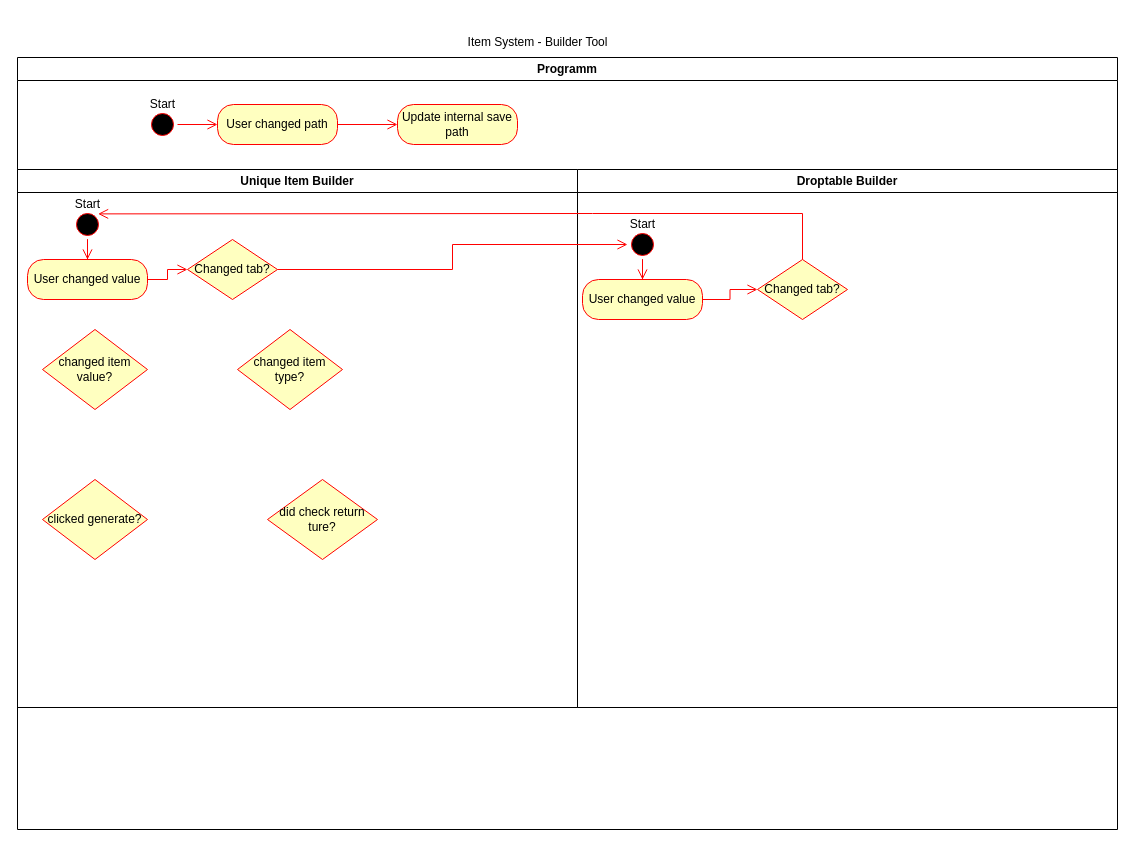
Above: EngineToolAblaufdiagramm.drawio in RDMJoker/LL_Semester2_Project (draw.io), before the change. Source tidied: cells renumbered, new cells numbered last; positions are measured from the earlier drawing's top-left corner, leaving out a move shared by most shapes. Both pictures are drawn from the tidied source at 100%, with x=0, y=0 at pixel (17, 27).
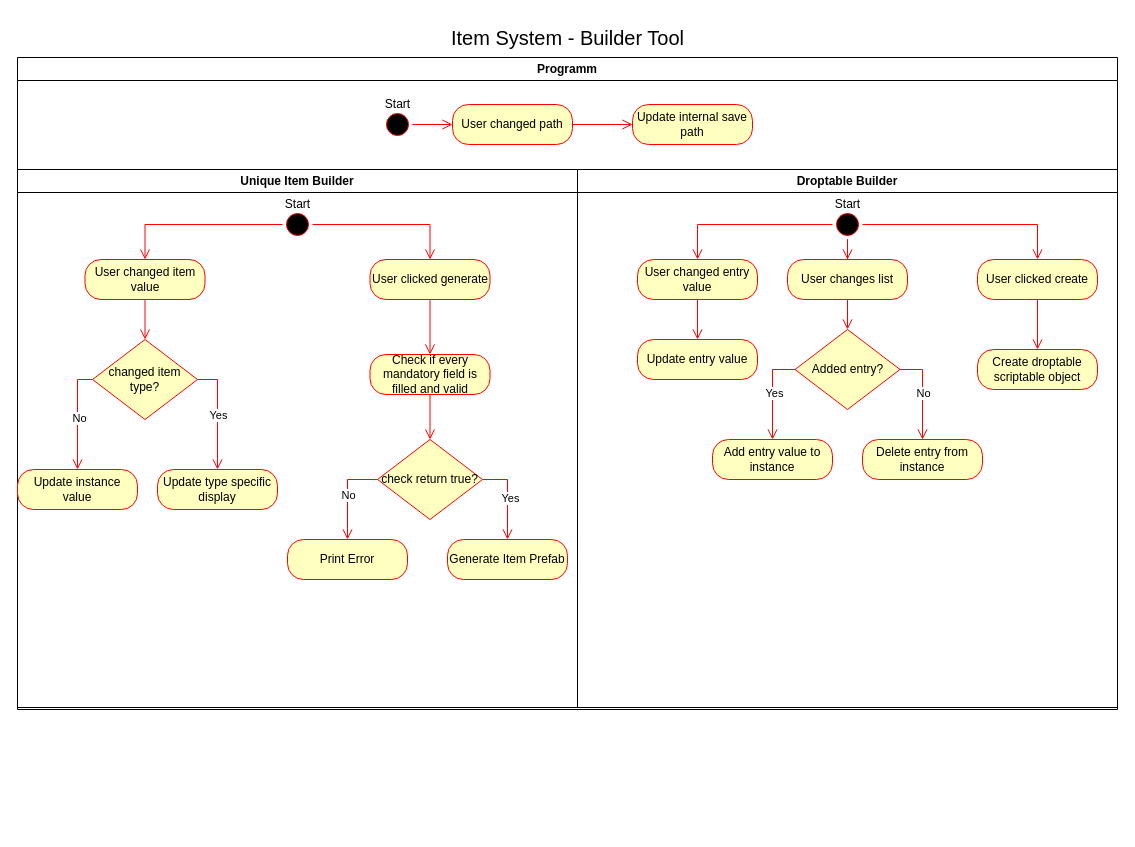
After the change.

The change refers to these unchanged cells:
```xml
<mxCell id="4" value="Unique Item Builder" style="swimlane;whiteSpace=wrap;html=1;" parent="3" vertex="1">
  <mxGeometry y="112" width="560" height="538" as="geometry" />
</mxCell>
<mxCell id="14" value="Droptable Builder" style="swimlane;whiteSpace=wrap;html=1;" parent="3" vertex="1">
  <mxGeometry x="560" y="112" width="540" height="538" as="geometry" />
</mxCell>
```

The edit, as a diff of the source:
```diff
@@
-    <mxCell id="2" value="Item System - Builder Tool" style="text;html=1;align=center;verticalAlign=middle;strokeColor=none;fillColor=none;" parent="1" vertex="1">
-      <mxGeometry x="440" width="160" height="30" as="geometry" />
+    <mxCell id="2" value="Item System - Builder Tool" style="text;html=1;align=center;verticalAlign=middle;strokeColor=none;fillColor=none;fontSize=20;" parent="1" vertex="1">
+      <mxGeometry x="420" y="-10" width="260" height="40" as="geometry" />
     </mxCell>
     <mxCell id="3" value="Programm" style="swimlane;whiteSpace=wrap;html=1;" parent="1" vertex="1">
-      <mxGeometry y="30" width="1100" height="772" as="geometry" />
+      <mxGeometry y="30" width="1100" height="652" as="geometry" />
     </mxCell>
@@
-    <mxCell id="5" style="edgeStyle=orthogonalEdgeStyle;rounded=0;jettySize=auto;html=1;strokeColor=#ff0000;align=left;verticalAlign=top;fontFamily=Helvetica;fontSize=11;fontColor=default;labelBackgroundColor=default;endArrow=open;endSize=8;" parent="4" edge="1" source="6" target="8">
-      <mxGeometry relative="1" as="geometry" />
-    </mxCell>
+    <mxCell id="27" style="edgeStyle=orthogonalEdgeStyle;rounded=0;jettySize=auto;html=1;strokeColor=#ff0000;align=left;verticalAlign=top;fontFamily=Helvetica;fontSize=11;fontColor=default;labelBackgroundColor=default;endArrow=open;endSize=8;" parent="4" edge="1" source="6" target="35">
+      <mxGeometry relative="1" as="geometry" />
+    </mxCell>
+    <mxCell id="28" style="edgeStyle=orthogonalEdgeStyle;rounded=0;jettySize=auto;html=1;entryX=0.5;entryY=0;entryDx=0;entryDy=0;strokeColor=#ff0000;align=left;verticalAlign=top;fontFamily=Helvetica;fontSize=11;fontColor=default;labelBackgroundColor=default;endArrow=open;endSize=8;" parent="4" edge="1" source="6" target="33">
+      <mxGeometry relative="1" as="geometry" />
+    </mxCell>
     <mxCell id="6" value="Start" style="ellipse;html=1;shape=startState;fillColor=#000000;strokeColor=#ff0000;spacingTop=-40;" parent="4" vertex="1">
-      <mxGeometry x="55" y="40" width="30" height="30" as="geometry" />
+      <mxGeometry x="265" y="40" width="30" height="30" as="geometry" />
     </mxCell>
-    <mxCell id="7" style="edgeStyle=orthogonalEdgeStyle;rounded=0;jettySize=auto;html=1;strokeColor=#ff0000;align=left;verticalAlign=top;fontFamily=Helvetica;fontSize=11;fontColor=default;labelBackgroundColor=default;endArrow=open;endSize=8;" parent="4" edge="1" source="8" target="9">
-      <mxGeometry relative="1" as="geometry" />
-    </mxCell>
-    <mxCell id="8" value="User changed value" style="rounded=1;whiteSpace=wrap;html=1;arcSize=40;fontColor=#000000;fillColor=#ffffc0;strokeColor=#ff0000;" parent="4" vertex="1">
-      <mxGeometry x="10" y="90" width="120" height="40" as="geometry" />
-    </mxCell>
-    <mxCell id="9" value="Changed tab?" style="rhombus;whiteSpace=wrap;html=1;fontColor=#000000;fillColor=#ffffc0;strokeColor=#ff0000;" parent="4" vertex="1">
-      <mxGeometry x="170" y="70" width="90" height="60" as="geometry" />
-    </mxCell>
-    <mxCell id="10" value="changed item value?" style="rhombus;whiteSpace=wrap;html=1;fontColor=#000000;fillColor=#ffffc0;strokeColor=#ff0000;" parent="4" vertex="1">
-      <mxGeometry x="25" y="160" width="105" height="80" as="geometry" />
-    </mxCell>
+    <mxCell id="29" style="edgeStyle=orthogonalEdgeStyle;rounded=0;orthogonalLoop=1;jettySize=auto;html=1;entryX=0;entryY=0.5;entryDx=0;entryDy=0;strokeColor=#ff0000;align=left;verticalAlign=top;fontFamily=Helvetica;fontSize=11;fontColor=default;labelBackgroundColor=default;endArrow=open;endSize=8;" parent="4" edge="1">
+      <mxGeometry relative="1" as="geometry">
+        <mxPoint x="250" y="430" as="targetPoint" />
+      </mxGeometry>
+    </mxCell>
+    <mxCell id="30" style="edgeStyle=orthogonalEdgeStyle;rounded=0;orthogonalLoop=1;jettySize=auto;html=1;strokeColor=#ff0000;align=left;verticalAlign=top;fontFamily=Helvetica;fontSize=11;fontColor=default;labelBackgroundColor=default;endArrow=open;endSize=8;" parent="4" edge="1">
+      <mxGeometry relative="1" as="geometry">
+        <mxPoint x="420" y="430" as="targetPoint" />
+      </mxGeometry>
+    </mxCell>
+    <mxCell id="31" style="edgeStyle=orthogonalEdgeStyle;rounded=0;orthogonalLoop=1;jettySize=auto;html=1;strokeColor=#ff0000;align=left;verticalAlign=top;fontFamily=Helvetica;fontSize=11;fontColor=default;labelBackgroundColor=default;endArrow=open;endSize=8;" parent="4" edge="1">
+      <mxGeometry relative="1" as="geometry">
+        <mxPoint x="305" y="490" as="targetPoint" />
+      </mxGeometry>
+    </mxCell>
+    <mxCell id="32" style="edgeStyle=orthogonalEdgeStyle;rounded=0;jettySize=auto;html=1;strokeColor=#ff0000;align=left;verticalAlign=top;fontFamily=Helvetica;fontSize=11;fontColor=default;labelBackgroundColor=default;endArrow=open;endSize=8;" parent="4" edge="1" source="33" target="11">
+      <mxGeometry relative="1" as="geometry" />
+    </mxCell>
+    <mxCell id="33" value="User changed item value" style="rounded=1;whiteSpace=wrap;html=1;arcSize=40;fontColor=#000000;fillColor=#ffffc0;strokeColor=#ff0000;" parent="4" vertex="1">
+      <mxGeometry x="67.5" y="90" width="120" height="40" as="geometry" />
+    </mxCell>
+    <mxCell id="34" style="edgeStyle=orthogonalEdgeStyle;rounded=0;jettySize=auto;html=1;strokeColor=#ff0000;align=left;verticalAlign=top;fontFamily=Helvetica;fontSize=11;fontColor=default;labelBackgroundColor=default;endArrow=open;endSize=8;" parent="4" edge="1" source="35" target="43">
+      <mxGeometry relative="1" as="geometry" />
+    </mxCell>
+    <mxCell id="35" value="User clicked generate" style="rounded=1;whiteSpace=wrap;html=1;arcSize=40;fontColor=#000000;fillColor=#ffffc0;strokeColor=#ff0000;" parent="4" vertex="1">
+      <mxGeometry x="352.5" y="90" width="120" height="40" as="geometry" />
+    </mxCell>
+    <mxCell id="36" style="edgeStyle=orthogonalEdgeStyle;rounded=0;jettySize=auto;html=1;entryX=0.5;entryY=0;entryDx=0;entryDy=0;strokeColor=#ff0000;align=left;verticalAlign=top;fontFamily=Helvetica;fontSize=11;fontColor=default;labelBackgroundColor=default;endArrow=open;endSize=8;" parent="4" edge="1" source="11" target="40">
+      <mxGeometry relative="1" as="geometry">
+        <Array as="points">
+          <mxPoint x="60" y="210" />
+        </Array>
+      </mxGeometry>
+    </mxCell>
+    <mxCell id="37" value="No" style="edgeLabel;html=1;align=center;verticalAlign=middle;" parent="36" vertex="1">
+      <mxGeometry y="1" relative="1" as="geometry" />
+    </mxCell>
+    <mxCell id="38" style="edgeStyle=orthogonalEdgeStyle;rounded=0;jettySize=auto;html=1;entryX=0.5;entryY=0;entryDx=0;entryDy=0;strokeColor=#ff0000;align=left;verticalAlign=top;fontFamily=Helvetica;fontSize=11;fontColor=default;labelBackgroundColor=default;endArrow=open;endSize=8;" parent="4" edge="1" source="11" target="41">
+      <mxGeometry relative="1" as="geometry">
+        <Array as="points">
+          <mxPoint x="200" y="210" />
+        </Array>
+      </mxGeometry>
+    </mxCell>
+    <mxCell id="39" value="Yes" style="edgeLabel;html=1;align=center;verticalAlign=middle;" parent="38" vertex="1">
+      <mxGeometry relative="1" as="geometry" />
+    </mxCell>
     <mxCell id="11" value="changed item type?" style="rhombus;whiteSpace=wrap;html=1;fontColor=#000000;fillColor=#ffffc0;strokeColor=#ff0000;" parent="4" vertex="1">
-      <mxGeometry x="220" y="160" width="105" height="80" as="geometry" />
+      <mxGeometry x="75" y="170" width="105" height="80" as="geometry" />
     </mxCell>
-    <mxCell id="12" value="clicked generate?" style="rhombus;whiteSpace=wrap;html=1;fontColor=#000000;fillColor=#ffffc0;strokeColor=#ff0000;" parent="4" vertex="1">
-      <mxGeometry x="25" y="310" width="105" height="80" as="geometry" />
-    </mxCell>
-    <mxCell id="13" value="did check return ture?" style="rhombus;whiteSpace=wrap;html=1;fontColor=#000000;fillColor=#ffffc0;strokeColor=#ff0000;" parent="4" vertex="1">
-      <mxGeometry x="250" y="310" width="110" height="80" as="geometry" />
-    </mxCell>
+    <mxCell id="40" value="Update instance value" style="rounded=1;whiteSpace=wrap;html=1;arcSize=40;fontColor=#000000;fillColor=#ffffc0;strokeColor=#ff0000;" parent="4" vertex="1">
+      <mxGeometry y="300" width="120" height="40" as="geometry" />
+    </mxCell>
+    <mxCell id="41" value="Update type specific display" style="rounded=1;whiteSpace=wrap;html=1;arcSize=40;fontColor=#000000;fillColor=#ffffc0;strokeColor=#ff0000;" parent="4" vertex="1">
+      <mxGeometry x="140" y="300" width="120" height="40" as="geometry" />
+    </mxCell>
+    <mxCell id="42" style="edgeStyle=orthogonalEdgeStyle;rounded=0;jettySize=auto;html=1;strokeColor=#ff0000;align=left;verticalAlign=top;fontFamily=Helvetica;fontSize=11;fontColor=default;labelBackgroundColor=default;endArrow=open;endSize=8;" parent="4" edge="1" source="43" target="48">
+      <mxGeometry relative="1" as="geometry" />
+    </mxCell>
+    <mxCell id="43" value="Check if every mandatory field is filled and valid" style="rounded=1;whiteSpace=wrap;html=1;arcSize=40;fontColor=#000000;fillColor=#ffffc0;strokeColor=#ff0000;" parent="4" vertex="1">
+      <mxGeometry x="352.5" y="185" width="120" height="40" as="geometry" />
+    </mxCell>
+    <mxCell id="44" style="edgeStyle=orthogonalEdgeStyle;rounded=0;jettySize=auto;html=1;entryX=0.5;entryY=0;entryDx=0;entryDy=0;strokeColor=#ff0000;align=left;verticalAlign=top;fontFamily=Helvetica;fontSize=11;fontColor=default;labelBackgroundColor=default;endArrow=open;endSize=8;" parent="4" edge="1" source="48" target="49">
+      <mxGeometry relative="1" as="geometry">
+        <Array as="points">
+          <mxPoint x="330" y="310" />
+        </Array>
+      </mxGeometry>
+    </mxCell>
+    <mxCell id="45" value="No" style="edgeLabel;html=1;align=center;verticalAlign=middle;" parent="44" vertex="1">
+      <mxGeometry relative="1" as="geometry" />
+    </mxCell>
+    <mxCell id="46" style="edgeStyle=orthogonalEdgeStyle;rounded=0;jettySize=auto;html=1;entryX=0.5;entryY=0;entryDx=0;entryDy=0;strokeColor=#ff0000;align=left;verticalAlign=top;fontFamily=Helvetica;fontSize=11;fontColor=default;labelBackgroundColor=default;endArrow=open;endSize=8;" parent="4" edge="1" source="48" target="50">
+      <mxGeometry relative="1" as="geometry">
+        <Array as="points">
+          <mxPoint x="490" y="310" />
+        </Array>
+      </mxGeometry>
+    </mxCell>
+    <mxCell id="47" value="Yes" style="edgeLabel;html=1;align=center;verticalAlign=middle;" parent="46" vertex="1">
+      <mxGeometry y="2" relative="1" as="geometry" />
+    </mxCell>
+    <mxCell id="48" value="check return true?" style="rhombus;whiteSpace=wrap;html=1;fontColor=#000000;fillColor=#ffffc0;strokeColor=#ff0000;" parent="4" vertex="1">
+      <mxGeometry x="360" y="270" width="105" height="80" as="geometry" />
+    </mxCell>
+    <mxCell id="49" value="Print Error" style="rounded=1;whiteSpace=wrap;html=1;arcSize=40;fontColor=#000000;fillColor=#ffffc0;strokeColor=#ff0000;" parent="4" vertex="1">
+      <mxGeometry x="270" y="370" width="120" height="40" as="geometry" />
+    </mxCell>
+    <mxCell id="50" value="Generate Item Prefab" style="rounded=1;whiteSpace=wrap;html=1;arcSize=40;fontColor=#000000;fillColor=#ffffc0;strokeColor=#ff0000;" parent="4" vertex="1">
+      <mxGeometry x="430" y="370" width="120" height="40" as="geometry" />
+    </mxCell>
@@
-    <mxCell id="15" style="edgeStyle=orthogonalEdgeStyle;rounded=0;jettySize=auto;html=1;strokeColor=#ff0000;align=left;verticalAlign=top;fontFamily=Helvetica;fontSize=11;fontColor=default;labelBackgroundColor=default;endArrow=open;endSize=8;" parent="14" edge="1" source="16" target="19">
-      <mxGeometry relative="1" as="geometry" />
-    </mxCell>
+    <mxCell id="51" style="edgeStyle=orthogonalEdgeStyle;rounded=0;jettySize=auto;html=1;entryX=0.5;entryY=0;entryDx=0;entryDy=0;strokeColor=#ff0000;align=left;verticalAlign=top;fontFamily=Helvetica;fontSize=11;fontColor=default;labelBackgroundColor=default;endArrow=open;endSize=8;" parent="14" edge="1" source="16" target="55">
+      <mxGeometry relative="1" as="geometry" />
+    </mxCell>
+    <mxCell id="52" style="edgeStyle=orthogonalEdgeStyle;rounded=0;jettySize=auto;html=1;strokeColor=#ff0000;align=left;verticalAlign=top;fontFamily=Helvetica;fontSize=11;fontColor=default;labelBackgroundColor=default;endArrow=open;endSize=8;" parent="14" edge="1" source="16" target="57">
+      <mxGeometry relative="1" as="geometry" />
+    </mxCell>
+    <mxCell id="53" style="edgeStyle=orthogonalEdgeStyle;rounded=0;jettySize=auto;html=1;entryX=0.5;entryY=0;entryDx=0;entryDy=0;strokeColor=#ff0000;align=left;verticalAlign=top;fontFamily=Helvetica;fontSize=11;fontColor=default;labelBackgroundColor=default;endArrow=open;endSize=8;" parent="14" edge="1" source="16" target="59">
+      <mxGeometry relative="1" as="geometry" />
+    </mxCell>
     <mxCell id="16" value="Start" style="ellipse;html=1;shape=startState;fillColor=#000000;strokeColor=#ff0000;spacingTop=-40;" parent="14" vertex="1">
-      <mxGeometry x="50" y="60" width="30" height="30" as="geometry" />
+      <mxGeometry x="255" y="40" width="30" height="30" as="geometry" />
     </mxCell>
-    <mxCell id="17" value="Changed tab?" style="rhombus;whiteSpace=wrap;html=1;fontColor=#000000;fillColor=#ffffc0;strokeColor=#ff0000;" parent="14" vertex="1">
-      <mxGeometry x="180" y="90" width="90" height="60" as="geometry" />
-    </mxCell>
-    <mxCell id="18" style="edgeStyle=orthogonalEdgeStyle;rounded=0;jettySize=auto;html=1;strokeColor=#ff0000;align=left;verticalAlign=top;fontFamily=Helvetica;fontSize=11;fontColor=default;labelBackgroundColor=default;endArrow=open;endSize=8;" parent="14" edge="1" source="19" target="17">
-      <mxGeometry relative="1" as="geometry" />
-    </mxCell>
-    <mxCell id="19" value="User changed value" style="rounded=1;whiteSpace=wrap;html=1;arcSize=40;fontColor=#000000;fillColor=#ffffc0;strokeColor=#ff0000;" parent="14" vertex="1">
-      <mxGeometry x="5" y="110" width="120" height="40" as="geometry" />
-    </mxCell>
+    <mxCell id="54" style="edgeStyle=orthogonalEdgeStyle;rounded=0;jettySize=auto;html=1;strokeColor=#ff0000;align=left;verticalAlign=top;fontFamily=Helvetica;fontSize=11;fontColor=default;labelBackgroundColor=default;endArrow=open;endSize=8;" parent="14" edge="1" source="55" target="67">
+      <mxGeometry relative="1" as="geometry" />
+    </mxCell>
+    <mxCell id="55" value="User changed entry value" style="rounded=1;whiteSpace=wrap;html=1;arcSize=40;fontColor=#000000;fillColor=#ffffc0;strokeColor=#ff0000;" parent="14" vertex="1">
+      <mxGeometry x="60" y="90" width="120" height="40" as="geometry" />
+    </mxCell>
+    <mxCell id="56" style="edgeStyle=orthogonalEdgeStyle;rounded=0;jettySize=auto;html=1;strokeColor=#ff0000;align=left;verticalAlign=top;fontFamily=Helvetica;fontSize=11;fontColor=default;labelBackgroundColor=default;endArrow=open;endSize=8;" parent="14" edge="1" source="57" target="64">
+      <mxGeometry relative="1" as="geometry" />
+    </mxCell>
+    <mxCell id="57" value="User changes list" style="rounded=1;whiteSpace=wrap;html=1;arcSize=40;fontColor=#000000;fillColor=#ffffc0;strokeColor=#ff0000;" parent="14" vertex="1">
+      <mxGeometry x="210" y="90" width="120" height="40" as="geometry" />
+    </mxCell>
+    <mxCell id="58" style="edgeStyle=orthogonalEdgeStyle;rounded=0;jettySize=auto;html=1;strokeColor=#ff0000;align=left;verticalAlign=top;fontFamily=Helvetica;fontSize=11;fontColor=default;labelBackgroundColor=default;endArrow=open;endSize=8;" parent="14" edge="1" source="59" target="68">
+      <mxGeometry relative="1" as="geometry" />
+    </mxCell>
+    <mxCell id="59" value="User clicked create" style="rounded=1;whiteSpace=wrap;html=1;arcSize=40;fontColor=#000000;fillColor=#ffffc0;strokeColor=#ff0000;" parent="14" vertex="1">
+      <mxGeometry x="400" y="90" width="120" height="40" as="geometry" />
+    </mxCell>
+    <mxCell id="60" style="edgeStyle=orthogonalEdgeStyle;rounded=0;jettySize=auto;html=1;entryX=0.5;entryY=0;entryDx=0;entryDy=0;strokeColor=#ff0000;align=left;verticalAlign=top;fontFamily=Helvetica;fontSize=11;fontColor=default;labelBackgroundColor=default;endArrow=open;endSize=8;" parent="14" edge="1" source="64" target="65">
+      <mxGeometry relative="1" as="geometry">
+        <Array as="points">
+          <mxPoint x="195" y="200" />
+        </Array>
+      </mxGeometry>
+    </mxCell>
+    <mxCell id="61" value="Yes" style="edgeLabel;html=1;align=center;verticalAlign=middle;" parent="60" vertex="1">
+      <mxGeometry y="1" relative="1" as="geometry" />
+    </mxCell>
+    <mxCell id="62" style="edgeStyle=orthogonalEdgeStyle;rounded=0;jettySize=auto;html=1;entryX=0.5;entryY=0;entryDx=0;entryDy=0;strokeColor=#ff0000;align=left;verticalAlign=top;fontFamily=Helvetica;fontSize=11;fontColor=default;labelBackgroundColor=default;endArrow=open;endSize=8;" parent="14" edge="1" source="64" target="66">
+      <mxGeometry relative="1" as="geometry">
+        <Array as="points">
+          <mxPoint x="345" y="200" />
+        </Array>
+      </mxGeometry>
+    </mxCell>
+    <mxCell id="63" value="No" style="edgeLabel;html=1;align=center;verticalAlign=middle;" parent="62" vertex="1">
+      <mxGeometry relative="1" as="geometry" />
+    </mxCell>
+    <mxCell id="64" value="Added entry?" style="rhombus;whiteSpace=wrap;html=1;fontColor=#000000;fillColor=#ffffc0;strokeColor=#ff0000;" parent="14" vertex="1">
+      <mxGeometry x="217.5" y="160" width="105" height="80" as="geometry" />
+    </mxCell>
+    <mxCell id="65" value="Add entry value to instance" style="rounded=1;whiteSpace=wrap;html=1;arcSize=40;fontColor=#000000;fillColor=#ffffc0;strokeColor=#ff0000;" parent="14" vertex="1">
+      <mxGeometry x="135" y="270" width="120" height="40" as="geometry" />
+    </mxCell>
+    <mxCell id="66" value="Delete entry from instance" style="rounded=1;whiteSpace=wrap;html=1;arcSize=40;fontColor=#000000;fillColor=#ffffc0;strokeColor=#ff0000;" parent="14" vertex="1">
+      <mxGeometry x="285" y="270" width="120" height="40" as="geometry" />
+    </mxCell>
+    <mxCell id="67" value="Update entry value" style="rounded=1;whiteSpace=wrap;html=1;arcSize=40;fontColor=#000000;fillColor=#ffffc0;strokeColor=#ff0000;" parent="14" vertex="1">
+      <mxGeometry x="60" y="170" width="120" height="40" as="geometry" />
+    </mxCell>
+    <mxCell id="68" value="Create droptable scriptable object" style="rounded=1;whiteSpace=wrap;html=1;arcSize=40;fontColor=#000000;fillColor=#ffffc0;strokeColor=#ff0000;" parent="14" vertex="1">
+      <mxGeometry x="400" y="180" width="120" height="40" as="geometry" />
+    </mxCell>
@@
     <mxCell id="21" value="Start" style="ellipse;html=1;shape=startState;fillColor=#000000;strokeColor=#ff0000;spacingTop=-40;" parent="3" vertex="1">
-      <mxGeometry x="130" y="52" width="30" height="30" as="geometry" />
+      <mxGeometry x="365" y="52" width="30" height="30" as="geometry" />
     </mxCell>
@@
     <mxCell id="23" value="User changed path" style="rounded=1;whiteSpace=wrap;html=1;arcSize=40;fontColor=#000000;fillColor=#ffffc0;strokeColor=#ff0000;" parent="3" vertex="1">
-      <mxGeometry x="200" y="47" width="120" height="40" as="geometry" />
+      <mxGeometry x="435" y="47" width="120" height="40" as="geometry" />
     </mxCell>
     <mxCell id="24" value="Update internal save path" style="rounded=1;whiteSpace=wrap;html=1;arcSize=40;fontColor=#000000;fillColor=#ffffc0;strokeColor=#ff0000;" parent="3" vertex="1">
-      <mxGeometry x="380" y="47" width="120" height="40" as="geometry" />
+      <mxGeometry x="615" y="47" width="120" height="40" as="geometry" />
     </mxCell>
-    <mxCell id="25" style="edgeStyle=orthogonalEdgeStyle;rounded=0;jettySize=auto;html=1;entryX=0;entryY=0.5;entryDx=0;entryDy=0;strokeColor=#ff0000;align=left;verticalAlign=top;fontFamily=Helvetica;fontSize=11;fontColor=default;labelBackgroundColor=default;endArrow=open;endSize=8;" parent="3" edge="1" source="9" target="16">
-      <mxGeometry relative="1" as="geometry" />
-    </mxCell>
-    <mxCell id="26" style="edgeStyle=orthogonalEdgeStyle;rounded=0;jettySize=auto;html=1;entryX=1;entryY=0;entryDx=0;entryDy=0;strokeColor=#ff0000;align=left;verticalAlign=top;fontFamily=Helvetica;fontSize=11;fontColor=default;labelBackgroundColor=default;endArrow=open;endSize=8;" parent="3" edge="1" source="17" target="6">
-      <mxGeometry relative="1" as="geometry">
-        <Array as="points">
-          <mxPoint x="785" y="156" />
-          <mxPoint x="575" y="156" />
-        </Array>
-      </mxGeometry>
-    </mxCell>
```
